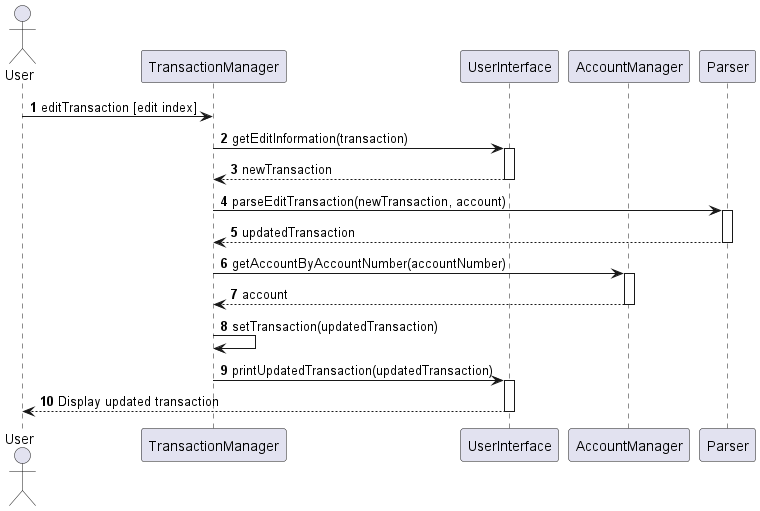
Before: docs/uml/uml-images/processEditTransactionDiagram.png, a diagram exported from PlantUML (Vavinan/tp). The source it was exported from:
```plantuml
@startuml

autonumber

actor User
participant "TransactionManager" as TM
participant "UserInterface" as UI
participant "AccountManager" as AM
participant "Parser" as P

User -> TM: editTransaction [edit index]
TM -> UI: getEditInformation(transaction)
activate UI
UI --> TM: newTransaction
deactivate UI
TM -> P: parseEditTransaction(newTransaction, account)
activate P
P --> TM: updatedTransaction
deactivate P
TM -> AM: getAccountByAccountNumber(accountNumber)
activate AM
AM --> TM: account
deactivate AM
TM -> TM: setTransaction(updatedTransaction)
TM -> UI: printUpdatedTransaction(updatedTransaction)
activate UI
UI --> User: Display updated transaction
deactivate UI
@enduml
```
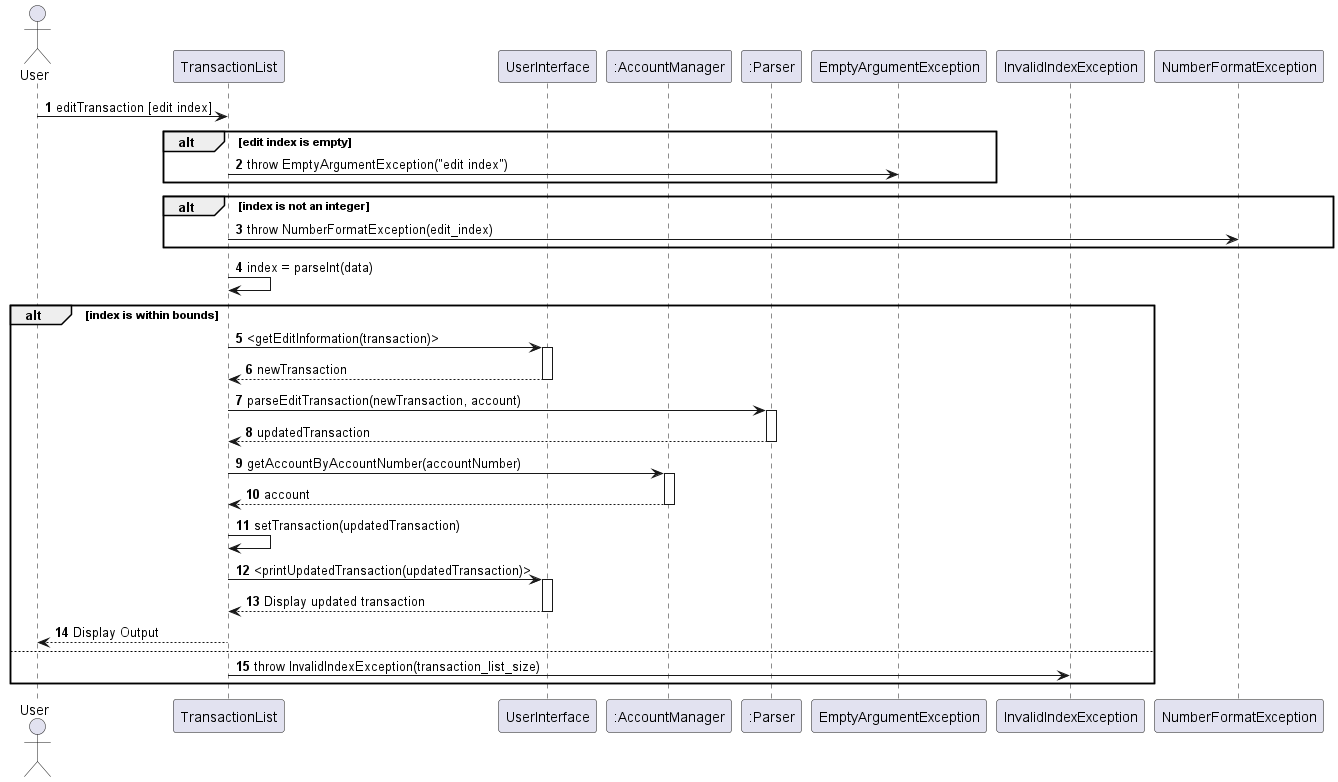
The same file after the commit.

Change to the diagram source:
```diff
@@ -3,27 +3,46 @@
 autonumber
 
 actor User
-participant "TransactionManager" as TM
+participant "TransactionList" as TL
 participant "UserInterface" as UI
-participant "AccountManager" as AM
-participant "Parser" as P
+participant ":AccountManager" as AM
+participant ":Parser" as P
+participant "EmptyArgumentException" as EAE
+participant "InvalidIndexException" as IIE
+participant "NumberFormatException" as NFE
+User -> TL: editTransaction [edit index]
 
-User -> TM: editTransaction [edit index]
-TM -> UI: getEditInformation(transaction)
-activate UI
-UI --> TM: newTransaction
-deactivate UI
-TM -> P: parseEditTransaction(newTransaction, account)
-activate P
-P --> TM: updatedTransaction
-deactivate P
-TM -> AM: getAccountByAccountNumber(accountNumber)
-activate AM
-AM --> TM: account
-deactivate AM
-TM -> TM: setTransaction(updatedTransaction)
-TM -> UI: printUpdatedTransaction(updatedTransaction)
-activate UI
-UI --> User: Display updated transaction
-deactivate UI
+alt edit index is empty
+    TL -> EAE: throw EmptyArgumentException("edit index")
+end
+alt index is not an integer
+    TL -> NFE : throw NumberFormatException(edit_index)
+end
+TL -> TL: index = parseInt(data)
+alt index is within bounds
+    TL -> UI: <getEditInformation(transaction)>
+    activate UI
+    UI --> TL: newTransaction
+    deactivate UI
+    TL -> P: parseEditTransaction(newTransaction, account)
+    activate P
+    P --> TL: updatedTransaction
+    deactivate P
+
+    TL -> AM: getAccountByAccountNumber(accountNumber)
+    activate AM
+    AM --> TL: account
+    deactivate AM
+
+    TL -> TL: setTransaction(updatedTransaction)
+
+    TL -> UI: <printUpdatedTransaction(updatedTransaction)>
+    activate UI
+    UI --> TL: Display updated transaction
+    deactivate UI
+    TL --> User: Display Output
+else
+    TL -> IIE: throw InvalidIndexException(transaction_list_size)
+end
+
 @enduml
```
